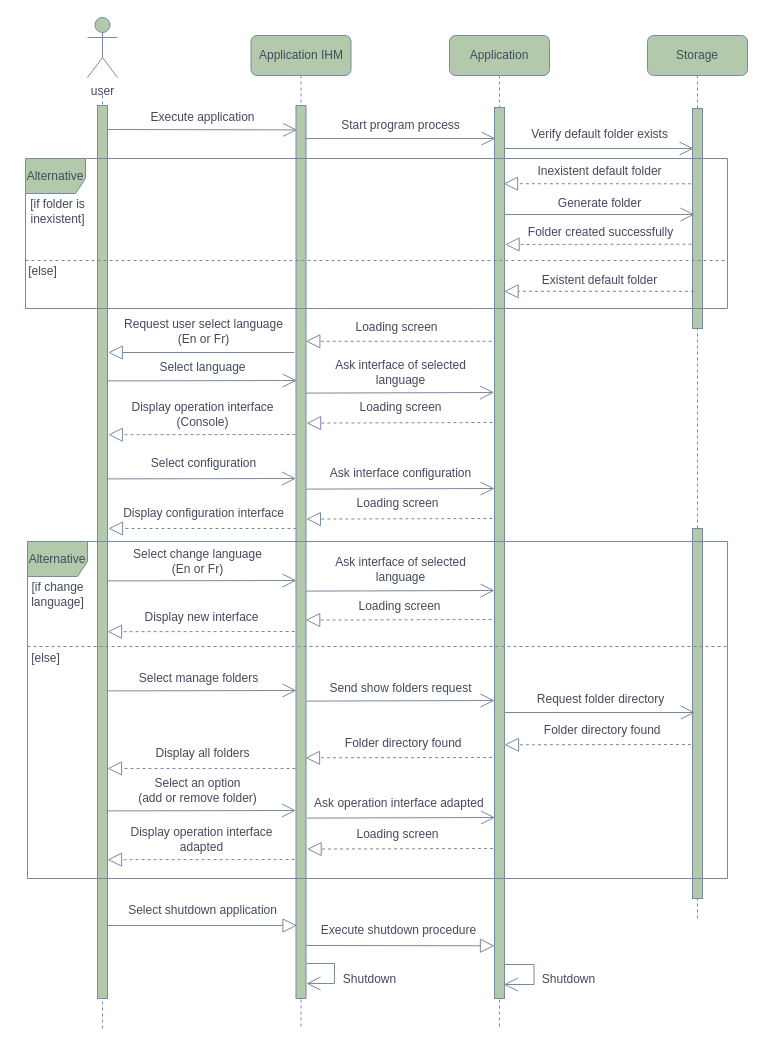
Earlier version of the draw.io diagram configuration diagram.drawio (Weicheng178/UML). Source tidied: cells renumbered, new cells numbered last; positions are measured from the earlier drawing's top-left corner, leaving out a move shared by most shapes. Both pictures are drawn from the tidied source at 100%, with x=0, y=0 at pixel (17, 17).
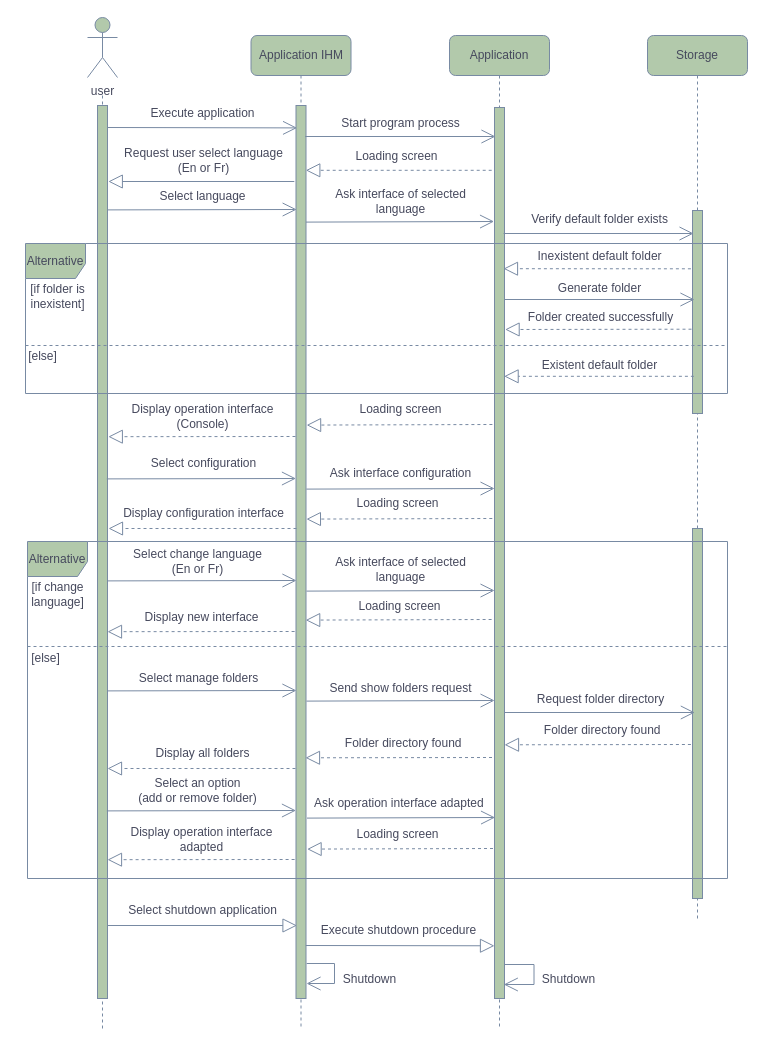
After the change.

The edit, as a diff of the source:
```diff
@@
-    <mxCell id="10" style="html=1;perimeter=orthogonalPerimeter;rounded=0;glass=0;labelBackgroundColor=none;fillStyle=auto;fillColor=#B2C9AB;strokeColor=#788AA3;fontColor=#46495D;" parent="1" vertex="1">
-      <mxGeometry x="675" y="91" width="10" height="220" as="geometry" />
-    </mxCell>
-    <mxCell id="11" style="html=1;perimeter=orthogonalPerimeter;rounded=0;glass=0;labelBackgroundColor=none;fillStyle=auto;fillColor=#B2C9AB;strokeColor=#788AA3;fontColor=#46495D;" parent="1" vertex="1">
-      <mxGeometry x="675" y="91" width="10" height="220" as="geometry" />
-    </mxCell>
-    <mxCell id="12" style="endArrow=block;dashed=1;endFill=0;endSize=12;html=1;rounded=1;exitX=-0.161;exitY=0.058;exitDx=0;exitDy=0;exitPerimeter=0;strokeColor=#788AA3;fontColor=#46495D;" parent="1" edge="1">
-      <mxGeometry relative="1" as="geometry">
-        <mxPoint x="673.4" y="166.3" as="sourcePoint" />
-        <mxPoint x="486" y="166.2" as="targetPoint" />
-      </mxGeometry>
-    </mxCell>
-    <mxCell id="13" style="endArrow=block;dashed=1;endFill=0;endSize=12;html=1;rounded=1;strokeColor=#788AA3;fontColor=#46495D;" parent="1" edge="1">
-      <mxGeometry relative="1" as="geometry">
-        <mxPoint x="474.2" y="323.8" as="sourcePoint" />
-        <mxPoint x="288.3" y="323.8" as="targetPoint" />
-      </mxGeometry>
-    </mxCell>
-    <mxCell id="14" style="endArrow=open;endFill=1;endSize=12;html=1;rounded=1;targetPerimeterSpacing=-4;sourcePerimeterSpacing=3;strokeColor=#788AA3;fontColor=#46495D;" parent="1" edge="1">
-      <mxGeometry relative="1" as="geometry">
-        <mxPoint x="487" y="197" as="sourcePoint" />
-        <mxPoint x="677" y="197" as="targetPoint" />
-      </mxGeometry>
-    </mxCell>
-    <mxCell id="15" style="endArrow=block;dashed=1;endFill=0;endSize=12;html=1;rounded=1;targetPerimeterSpacing=-4;sourcePerimeterSpacing=3;strokeColor=#788AA3;fontColor=#46495D;" parent="1" edge="1">
-      <mxGeometry relative="1" as="geometry">
-        <mxPoint x="676.4" y="273.8" as="sourcePoint" />
-        <mxPoint x="486.6" y="273.8" as="targetPoint" />
-      </mxGeometry>
-    </mxCell>
-    <mxCell id="16" value="Execute application" style="text;html=1;align=center;verticalAlign=middle;strokeColor=none;fillColor=none;rounded=1;fontColor=#46495D;" parent="1" vertex="1">
-      <mxGeometry x="120" y="85" width="130" height="30" as="geometry" />
-    </mxCell>
-    <mxCell id="17" style="endArrow=open;endFill=1;endSize=12;html=1;rounded=1;entryX=0.118;entryY=0.021;entryDx=0;entryDy=0;entryPerimeter=0;strokeColor=#788AA3;fontColor=#46495D;" parent="1" edge="1">
-      <mxGeometry relative="1" as="geometry">
-        <mxPoint x="90" y="112" as="sourcePoint" />
-        <mxPoint x="279.6" y="112.4" as="targetPoint" />
-      </mxGeometry>
-    </mxCell>
-    <mxCell id="18" value="Start program process" style="text;html=1;align=center;verticalAlign=middle;strokeColor=none;fillColor=none;rounded=1;fontColor=#46495D;" parent="1" vertex="1">
-      <mxGeometry x="313" y="93" width="140" height="30" as="geometry" />
-    </mxCell>
-    <mxCell id="19" style="endArrow=open;endFill=1;endSize=12;html=1;rounded=1;exitX=0.913;exitY=0.022;exitDx=0;exitDy=0;exitPerimeter=0;strokeColor=#788AA3;fontColor=#46495D;" parent="1" edge="1">
-      <mxGeometry relative="1" as="geometry">
-        <mxPoint x="287.6" y="121" as="sourcePoint" />
-        <mxPoint x="478" y="121" as="targetPoint" />
-      </mxGeometry>
-    </mxCell>
-    <mxCell id="20" style="endArrow=block;dashed=1;endFill=0;endSize=12;html=1;rounded=1;exitX=-0.125;exitY=0.144;exitDx=0;exitDy=0;exitPerimeter=0;strokeColor=#788AA3;fontColor=#46495D;" parent="1" edge="1">
-      <mxGeometry relative="1" as="geometry">
-        <mxPoint x="278" y="417" as="sourcePoint" />
-        <mxPoint x="90.8" y="417.2" as="targetPoint" />
-      </mxGeometry>
-    </mxCell>
-    <mxCell id="21" value="Verify default folder exists" style="text;html=1;align=center;verticalAlign=middle;strokeColor=none;fillColor=none;rounded=1;fontColor=#46495D;" parent="1" vertex="1">
-      <mxGeometry x="501.5" y="102" width="160" height="30" as="geometry" />
-    </mxCell>
-    <mxCell id="22" value="Alternative" style="shape=umlFrame;whiteSpace=wrap;html=1;width=60;height=35;fillColor=#B2C9AB;strokeColor=#788AA3;fontColor=#46495D;" parent="1" vertex="1">
-      <mxGeometry x="8" y="141" width="702" height="150" as="geometry" />
-    </mxCell>
-    <mxCell id="23" value="Loading screen" style="text;html=1;align=center;verticalAlign=middle;strokeColor=none;fillColor=none;rounded=1;fontColor=#46495D;" parent="1" vertex="1">
-      <mxGeometry x="324" y="295" width="110" height="30" as="geometry" />
-    </mxCell>
-    <mxCell id="24" value="[if folder is &lt;br&gt;inexistent]" style="text;html=1;align=center;verticalAlign=middle;strokeColor=none;fillColor=none;fontColor=#46495D;" parent="1" vertex="1">
-      <mxGeometry y="174" width="80" height="40" as="geometry" />
-    </mxCell>
-    <mxCell id="25" value="[else]" style="text;html=1;align=center;verticalAlign=middle;strokeColor=none;fillColor=none;fontColor=#46495D;" parent="1" vertex="1">
-      <mxGeometry y="239" width="50" height="30" as="geometry" />
-    </mxCell>
-    <mxCell id="26" value="Inexistent default folder" style="text;html=1;align=center;verticalAlign=middle;strokeColor=none;fillColor=none;rounded=1;fontColor=#46495D;" parent="1" vertex="1">
-      <mxGeometry x="507" y="139.2" width="150" height="30" as="geometry" />
-    </mxCell>
-    <mxCell id="27" style="line;strokeWidth=1;fillColor=none;align=left;verticalAlign=middle;spacingTop=-1;spacingLeft=3;spacingRight=3;labelPosition=right;dashed=1;strokeColor=#788AA3;fontColor=#46495D;" parent="1" vertex="1">
-      <mxGeometry x="8" y="239" width="700" height="8" as="geometry" />
-    </mxCell>
-    <mxCell id="28" value="Generate folder" style="text;html=1;align=center;verticalAlign=middle;strokeColor=none;fillColor=none;rounded=1;fontColor=#46495D;" parent="1" vertex="1">
-      <mxGeometry x="527.4" y="171" width="110" height="30" as="geometry" />
-    </mxCell>
-    <mxCell id="29" value="Existent default folder" style="text;html=1;align=center;verticalAlign=middle;strokeColor=none;fillColor=none;rounded=1;fontColor=#46495D;" parent="1" vertex="1">
-      <mxGeometry x="511.5" y="248" width="140" height="30" as="geometry" />
-    </mxCell>
-    <mxCell id="30" value="Display operation interface&lt;br&gt;(Console)" style="text;html=1;align=center;verticalAlign=middle;strokeColor=none;fillColor=none;rounded=1;fontColor=#46495D;" parent="1" vertex="1">
-      <mxGeometry x="100" y="377" width="170" height="40" as="geometry" />
-    </mxCell>
-    <mxCell id="31" style="endArrow=open;endFill=1;endSize=12;html=1;rounded=1;targetPerimeterSpacing=-4;sourcePerimeterSpacing=3;strokeColor=#788AA3;fontColor=#46495D;" parent="1" edge="1">
-      <mxGeometry relative="1" as="geometry">
-        <mxPoint x="486.1" y="131" as="sourcePoint" />
-        <mxPoint x="676.1" y="131" as="targetPoint" />
-      </mxGeometry>
-    </mxCell>
-    <mxCell id="32" style="endArrow=block;dashed=1;endFill=0;endSize=12;html=1;rounded=1;targetPerimeterSpacing=-4;sourcePerimeterSpacing=3;exitX=-0.099;exitY=0.603;exitDx=0;exitDy=0;exitPerimeter=0;strokeColor=#788AA3;fontColor=#46495D;" parent="1" edge="1">
-      <mxGeometry relative="1" as="geometry">
-        <mxPoint x="674" y="226.7" as="sourcePoint" />
-        <mxPoint x="487.6" y="227" as="targetPoint" />
-      </mxGeometry>
-    </mxCell>
-    <mxCell id="33" value="Folder created successfully" style="text;html=1;align=center;verticalAlign=middle;strokeColor=none;fillColor=none;rounded=1;fontColor=#46495D;" parent="1" vertex="1">
-      <mxGeometry x="497.5" y="200" width="170" height="30" as="geometry" />
-    </mxCell>
-    <mxCell id="34" value="Request user select language&lt;br&gt;(En or Fr)" style="text;html=1;align=center;verticalAlign=middle;strokeColor=none;fillColor=none;rounded=1;fontColor=#46495D;" parent="1" vertex="1">
-      <mxGeometry x="95.8" y="294" width="180" height="40" as="geometry" />
-    </mxCell>
-    <mxCell id="35" style="endArrow=block;endFill=0;endSize=12;html=1;rounded=1;strokeColor=#788AA3;fontColor=#46495D;" parent="1" edge="1">
-      <mxGeometry relative="1" as="geometry">
-        <mxPoint x="276.8" y="335" as="sourcePoint" />
-        <mxPoint x="90.8" y="335" as="targetPoint" />
-      </mxGeometry>
-    </mxCell>
-    <mxCell id="36" value="Select language" style="text;html=1;align=center;verticalAlign=middle;strokeColor=none;fillColor=none;rounded=1;fontColor=#46495D;" parent="1" vertex="1">
-      <mxGeometry x="130" y="335" width="110" height="30" as="geometry" />
-    </mxCell>
-    <mxCell id="37" style="endArrow=open;endFill=1;endSize=12;html=1;rounded=1;entryX=0.071;entryY=0.165;entryDx=0;entryDy=0;entryPerimeter=0;strokeColor=#788AA3;fontColor=#46495D;" parent="1" edge="1">
-      <mxGeometry relative="1" as="geometry">
-        <mxPoint x="90" y="363.4" as="sourcePoint" />
-        <mxPoint x="279.2" y="363" as="targetPoint" />
-      </mxGeometry>
-    </mxCell>
-    <mxCell id="38" value="Loading screen" style="text;html=1;align=center;verticalAlign=middle;strokeColor=none;fillColor=none;rounded=1;fontColor=#46495D;" parent="1" vertex="1">
-      <mxGeometry x="327.8" y="375" width="110" height="30" as="geometry" />
-    </mxCell>
-    <mxCell id="39" style="endArrow=block;dashed=1;endFill=0;endSize=12;html=1;rounded=1;exitX=-0.211;exitY=0.186;exitDx=0;exitDy=0;exitPerimeter=0;strokeColor=#788AA3;fontColor=#46495D;" parent="1" edge="1">
-      <mxGeometry relative="1" as="geometry">
-        <mxPoint x="474.9" y="405" as="sourcePoint" />
-        <mxPoint x="289.1" y="405.6" as="targetPoint" />
-      </mxGeometry>
-    </mxCell>
-    <mxCell id="40" style="endArrow=open;endFill=1;endSize=12;html=1;rounded=1;entryX=-0.083;entryY=0.173;entryDx=0;entryDy=0;entryPerimeter=0;strokeColor=#788AA3;fontColor=#46495D;" parent="1" edge="1">
-      <mxGeometry relative="1" as="geometry">
-        <mxPoint x="288.5" y="375.6" as="sourcePoint" />
-        <mxPoint x="476.6" y="375" as="targetPoint" />
-      </mxGeometry>
-    </mxCell>
-    <mxCell id="41" value="Ask interface of selected &lt;br&gt;language" style="text;html=1;align=center;verticalAlign=middle;strokeColor=none;fillColor=none;rounded=1;fontColor=#46495D;" parent="1" vertex="1">
-      <mxGeometry x="307.8" y="335" width="150" height="40" as="geometry" />
-    </mxCell>
@@
+    <mxCell id="91" style="html=1;perimeter=orthogonalPerimeter;rounded=0;glass=0;labelBackgroundColor=none;fillStyle=auto;fillColor=#B2C9AB;strokeColor=#788AA3;fontColor=#46495D;" parent="1" vertex="1">
+      <mxGeometry x="675" y="193" width="10" height="203" as="geometry" />
+    </mxCell>
+    <mxCell id="92" style="endArrow=block;dashed=1;endFill=0;endSize=12;html=1;rounded=1;exitX=-0.161;exitY=0.058;exitDx=0;exitDy=0;exitPerimeter=0;strokeColor=#788AA3;fontColor=#46495D;" parent="1" edge="1">
+      <mxGeometry relative="1" as="geometry">
+        <mxPoint x="673.4" y="251.3" as="sourcePoint" />
+        <mxPoint x="486" y="251.2" as="targetPoint" />
+      </mxGeometry>
+    </mxCell>
+    <mxCell id="93" style="endArrow=block;dashed=1;endFill=0;endSize=12;html=1;rounded=1;strokeColor=#788AA3;fontColor=#46495D;" parent="1" edge="1">
+      <mxGeometry relative="1" as="geometry">
+        <mxPoint x="474.2" y="152.8" as="sourcePoint" />
+        <mxPoint x="288.3" y="152.8" as="targetPoint" />
+      </mxGeometry>
+    </mxCell>
+    <mxCell id="94" style="endArrow=open;endFill=1;endSize=12;html=1;rounded=1;targetPerimeterSpacing=-4;sourcePerimeterSpacing=3;strokeColor=#788AA3;fontColor=#46495D;" parent="1" edge="1">
+      <mxGeometry relative="1" as="geometry">
+        <mxPoint x="487" y="282" as="sourcePoint" />
+        <mxPoint x="677" y="282" as="targetPoint" />
+      </mxGeometry>
+    </mxCell>
+    <mxCell id="95" style="endArrow=block;dashed=1;endFill=0;endSize=12;html=1;rounded=1;targetPerimeterSpacing=-4;sourcePerimeterSpacing=3;strokeColor=#788AA3;fontColor=#46495D;" parent="1" edge="1">
+      <mxGeometry relative="1" as="geometry">
+        <mxPoint x="676.4" y="358.8" as="sourcePoint" />
+        <mxPoint x="486.6" y="358.8" as="targetPoint" />
+      </mxGeometry>
+    </mxCell>
+    <mxCell id="96" style="endArrow=open;endFill=1;endSize=12;html=1;rounded=1;entryX=0.118;entryY=0.021;entryDx=0;entryDy=0;entryPerimeter=0;strokeColor=#788AA3;fontColor=#46495D;" parent="1" edge="1">
+      <mxGeometry relative="1" as="geometry">
+        <mxPoint x="90" y="110" as="sourcePoint" />
+        <mxPoint x="279.6" y="110.4" as="targetPoint" />
+      </mxGeometry>
+    </mxCell>
+    <mxCell id="18" value="Start program process" style="text;html=1;align=center;verticalAlign=middle;strokeColor=none;fillColor=none;rounded=1;fontColor=#46495D;" parent="1" vertex="1">
+      <mxGeometry x="313" y="91" width="140" height="30" as="geometry" />
+    </mxCell>
+    <mxCell id="97" style="endArrow=open;endFill=1;endSize=12;html=1;rounded=1;exitX=0.913;exitY=0.022;exitDx=0;exitDy=0;exitPerimeter=0;strokeColor=#788AA3;fontColor=#46495D;" parent="1" edge="1">
+      <mxGeometry relative="1" as="geometry">
+        <mxPoint x="287.6" y="119" as="sourcePoint" />
+        <mxPoint x="478" y="119" as="targetPoint" />
+      </mxGeometry>
+    </mxCell>
+    <mxCell id="98" style="endArrow=block;dashed=1;endFill=0;endSize=12;html=1;rounded=1;exitX=-0.125;exitY=0.144;exitDx=0;exitDy=0;exitPerimeter=0;strokeColor=#788AA3;fontColor=#46495D;" parent="1" edge="1">
+      <mxGeometry relative="1" as="geometry">
+        <mxPoint x="278" y="419" as="sourcePoint" />
+        <mxPoint x="90.8" y="419.2" as="targetPoint" />
+      </mxGeometry>
+    </mxCell>
+    <mxCell id="21" value="Verify default folder exists" style="text;html=1;align=center;verticalAlign=middle;strokeColor=none;fillColor=none;rounded=1;fontColor=#46495D;" parent="1" vertex="1">
+      <mxGeometry x="501.5" y="187" width="160" height="30" as="geometry" />
+    </mxCell>
+    <mxCell id="22" value="Alternative" style="shape=umlFrame;whiteSpace=wrap;html=1;width=60;height=35;fillColor=#B2C9AB;strokeColor=#788AA3;fontColor=#46495D;" parent="1" vertex="1">
+      <mxGeometry x="8" y="226" width="702" height="150" as="geometry" />
+    </mxCell>
+    <mxCell id="99" value="Loading screen" style="text;html=1;align=center;verticalAlign=middle;strokeColor=none;fillColor=none;rounded=1;fontColor=#46495D;" parent="1" vertex="1">
+      <mxGeometry x="324" y="124" width="110" height="30" as="geometry" />
+    </mxCell>
+    <mxCell id="24" value="[if folder is &lt;br&gt;inexistent]" style="text;html=1;align=center;verticalAlign=middle;strokeColor=none;fillColor=none;fontColor=#46495D;" parent="1" vertex="1">
+      <mxGeometry y="259" width="80" height="40" as="geometry" />
+    </mxCell>
+    <mxCell id="25" value="[else]" style="text;html=1;align=center;verticalAlign=middle;strokeColor=none;fillColor=none;fontColor=#46495D;" parent="1" vertex="1">
+      <mxGeometry y="324" width="50" height="30" as="geometry" />
+    </mxCell>
+    <mxCell id="26" value="Inexistent default folder" style="text;html=1;align=center;verticalAlign=middle;strokeColor=none;fillColor=none;rounded=1;fontColor=#46495D;" parent="1" vertex="1">
+      <mxGeometry x="507" y="224.2" width="150" height="30" as="geometry" />
+    </mxCell>
+    <mxCell id="100" style="line;strokeWidth=1;fillColor=none;align=left;verticalAlign=middle;spacingTop=-1;spacingLeft=3;spacingRight=3;labelPosition=right;dashed=1;strokeColor=#788AA3;fontColor=#46495D;" parent="1" vertex="1">
+      <mxGeometry x="8" y="324" width="700" height="8" as="geometry" />
+    </mxCell>
+    <mxCell id="28" value="Generate folder" style="text;html=1;align=center;verticalAlign=middle;strokeColor=none;fillColor=none;rounded=1;fontColor=#46495D;" parent="1" vertex="1">
+      <mxGeometry x="527.4" y="256" width="110" height="30" as="geometry" />
+    </mxCell>
+    <mxCell id="29" value="Existent default folder" style="text;html=1;align=center;verticalAlign=middle;strokeColor=none;fillColor=none;rounded=1;fontColor=#46495D;" parent="1" vertex="1">
+      <mxGeometry x="511.5" y="333" width="140" height="30" as="geometry" />
+    </mxCell>
+    <mxCell id="30" value="Display operation interface&lt;br&gt;(Console)" style="text;html=1;align=center;verticalAlign=middle;strokeColor=none;fillColor=none;rounded=1;fontColor=#46495D;" parent="1" vertex="1">
+      <mxGeometry x="100" y="379" width="170" height="40" as="geometry" />
+    </mxCell>
+    <mxCell id="101" style="endArrow=open;endFill=1;endSize=12;html=1;rounded=1;targetPerimeterSpacing=-4;sourcePerimeterSpacing=3;strokeColor=#788AA3;fontColor=#46495D;" parent="1" edge="1">
+      <mxGeometry relative="1" as="geometry">
+        <mxPoint x="486.1" y="216" as="sourcePoint" />
+        <mxPoint x="676.1" y="216" as="targetPoint" />
+      </mxGeometry>
+    </mxCell>
+    <mxCell id="102" style="endArrow=block;dashed=1;endFill=0;endSize=12;html=1;rounded=1;targetPerimeterSpacing=-4;sourcePerimeterSpacing=3;exitX=-0.099;exitY=0.603;exitDx=0;exitDy=0;exitPerimeter=0;strokeColor=#788AA3;fontColor=#46495D;" parent="1" edge="1">
+      <mxGeometry relative="1" as="geometry">
+        <mxPoint x="674" y="311.7" as="sourcePoint" />
+        <mxPoint x="487.6" y="312" as="targetPoint" />
+      </mxGeometry>
+    </mxCell>
+    <mxCell id="33" value="Folder created successfully" style="text;html=1;align=center;verticalAlign=middle;strokeColor=none;fillColor=none;rounded=1;fontColor=#46495D;" parent="1" vertex="1">
+      <mxGeometry x="497.5" y="285" width="170" height="30" as="geometry" />
+    </mxCell>
+    <mxCell id="34" value="Request user select language&lt;br&gt;(En or Fr)" style="text;html=1;align=center;verticalAlign=middle;strokeColor=none;fillColor=none;rounded=1;fontColor=#46495D;" parent="1" vertex="1">
+      <mxGeometry x="95.8" y="123" width="180" height="40" as="geometry" />
+    </mxCell>
+    <mxCell id="103" style="endArrow=block;endFill=0;endSize=12;html=1;rounded=1;strokeColor=#788AA3;fontColor=#46495D;" parent="1" edge="1">
+      <mxGeometry relative="1" as="geometry">
+        <mxPoint x="276.8" y="164" as="sourcePoint" />
+        <mxPoint x="90.8" y="164" as="targetPoint" />
+      </mxGeometry>
+    </mxCell>
+    <mxCell id="36" value="Select language" style="text;html=1;align=center;verticalAlign=middle;strokeColor=none;fillColor=none;rounded=1;fontColor=#46495D;" parent="1" vertex="1">
+      <mxGeometry x="130" y="164" width="110" height="30" as="geometry" />
+    </mxCell>
+    <mxCell id="104" style="endArrow=open;endFill=1;endSize=12;html=1;rounded=1;entryX=0.071;entryY=0.165;entryDx=0;entryDy=0;entryPerimeter=0;strokeColor=#788AA3;fontColor=#46495D;" parent="1" edge="1">
+      <mxGeometry relative="1" as="geometry">
+        <mxPoint x="90" y="192.4" as="sourcePoint" />
+        <mxPoint x="279.2" y="192" as="targetPoint" />
+      </mxGeometry>
+    </mxCell>
+    <mxCell id="105" value="Loading screen" style="text;html=1;align=center;verticalAlign=middle;strokeColor=none;fillColor=none;rounded=1;fontColor=#46495D;" parent="1" vertex="1">
+      <mxGeometry x="327.8" y="377" width="110" height="30" as="geometry" />
+    </mxCell>
+    <mxCell id="106" style="endArrow=block;dashed=1;endFill=0;endSize=12;html=1;rounded=1;exitX=-0.211;exitY=0.186;exitDx=0;exitDy=0;exitPerimeter=0;strokeColor=#788AA3;fontColor=#46495D;" parent="1" edge="1">
+      <mxGeometry relative="1" as="geometry">
+        <mxPoint x="474.9" y="407" as="sourcePoint" />
+        <mxPoint x="289.1" y="407.6" as="targetPoint" />
+      </mxGeometry>
+    </mxCell>
+    <mxCell id="107" style="endArrow=open;endFill=1;endSize=12;html=1;rounded=1;entryX=-0.083;entryY=0.173;entryDx=0;entryDy=0;entryPerimeter=0;strokeColor=#788AA3;fontColor=#46495D;" parent="1" edge="1">
+      <mxGeometry relative="1" as="geometry">
+        <mxPoint x="288.5" y="204.6" as="sourcePoint" />
+        <mxPoint x="476.6" y="204" as="targetPoint" />
+      </mxGeometry>
+    </mxCell>
+    <mxCell id="41" value="Ask interface of selected &lt;br&gt;language" style="text;html=1;align=center;verticalAlign=middle;strokeColor=none;fillColor=none;rounded=1;fontColor=#46495D;" parent="1" vertex="1">
+      <mxGeometry x="307.8" y="164" width="150" height="40" as="geometry" />
+    </mxCell>
+    <mxCell id="16" value="Execute application" style="text;html=1;align=center;verticalAlign=middle;strokeColor=none;fillColor=none;rounded=1;fontColor=#46495D;" parent="1" vertex="1">
+      <mxGeometry x="120" y="81" width="130" height="30" as="geometry" />
+    </mxCell>
```
